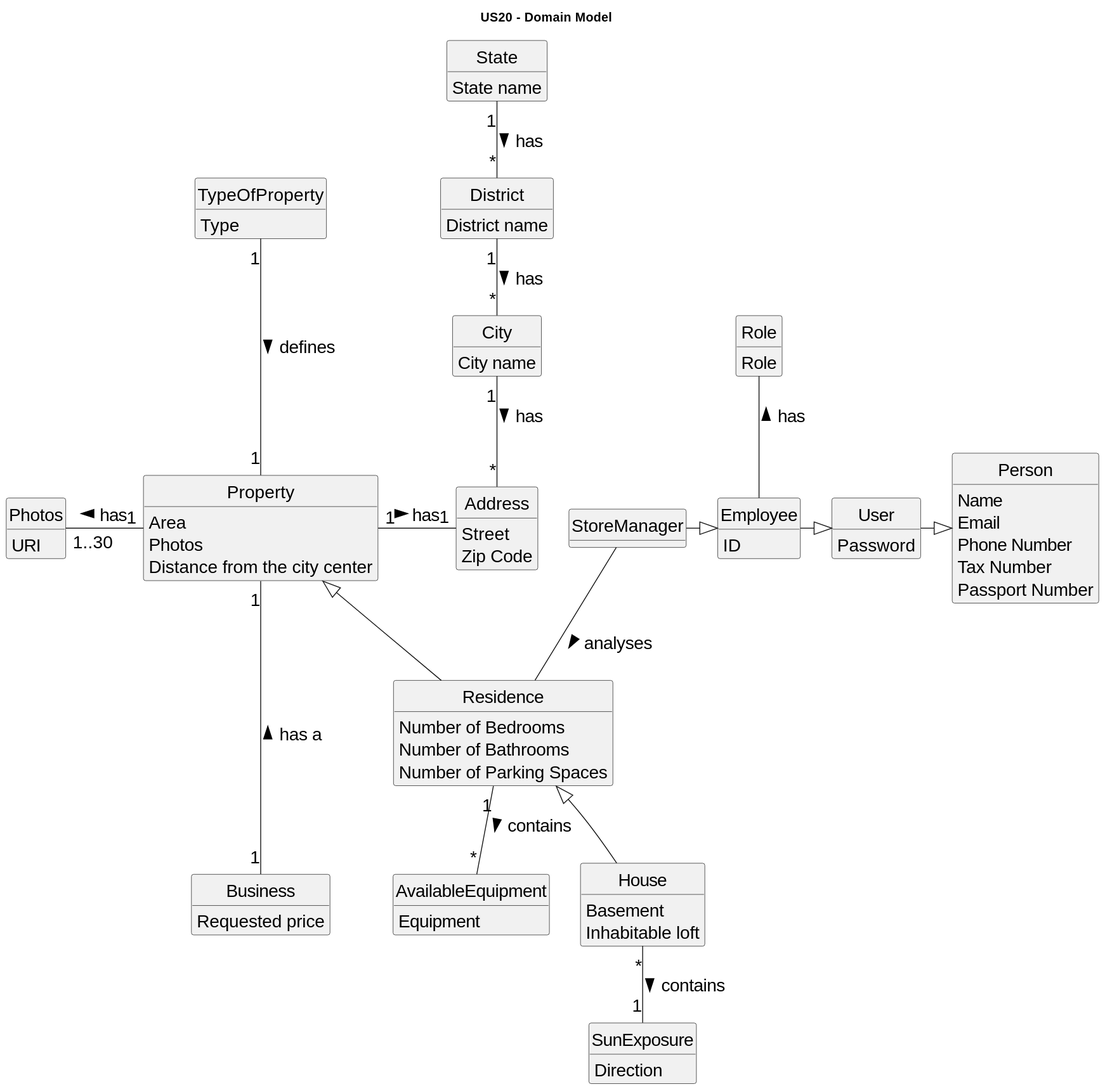
This is docs/sprintD/US018/02.analysis/svg/us18-domain-model.svg from PureNimble/ISEP-LAPR2, a PlantUML export, as it was before one commit.
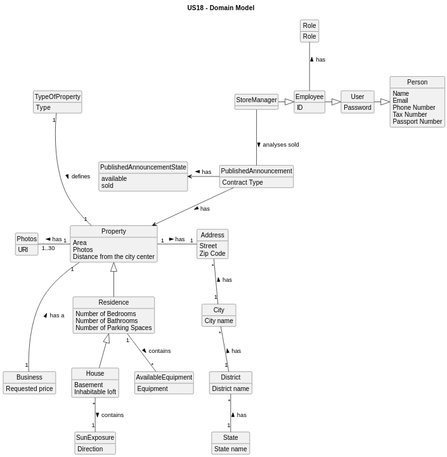
Later version of the same file.

Commit message:
Read me global artifacs (Analysis) update - Table Correction (Rationale to identify associations between conceptual classes)

The edit, as a diff of the source:
```diff
@@ -1,7 +1,5 @@
 @startuml
-skinparamlocked defaultFontSize 20
-
-title US20 - Domain Model
+title US18 - Domain Model
 
 
 skinparam groupInheritance 2
@@ -28,6 +26,11 @@
     Number of Bedrooms
     Number of Bathrooms
     Number of Parking Spaces
+}
+
+enum PublishedAnnouncementState {
+  available
+  sold
 }
 
 class Property {
@@ -90,15 +93,18 @@
     Requested price
 }
 
+class PublishedAnnouncement {
+Contract Type
+}
 
 StoreManager -|> Employee
 Employee -up- Role : has >
 User -|> Person
 Employee -|> User
 
-District "1" -down- "*" City : has >
-State "1" -down- "*" District : has >
-City "1" -down- "*" Address : has >
+District "1" -up- "*" City : has >
+State "1" -up- "*" District : has >
+City "1" -up- "*" Address : has >
 
 Property "1" --- "1" Business: has a <
 Residence <|-down- House
@@ -107,7 +113,10 @@
 SunExposure "1" -up- "*" House: contains <
 Address "1" -left- "1" Property: has <
 AvailableEquipment "*" -up- "1" Residence: contains <
+PublishedAnnouncement --> Property : has >
 TypeOfProperty "1" -down-- "1" Property: defines >
 
-StoreManager -down- Residence : analyses >
+StoreManager -down- PublishedAnnouncement : analyses sold >
+
+PublishedAnnouncement --left> PublishedAnnouncementState : has >
 @enduml
```
